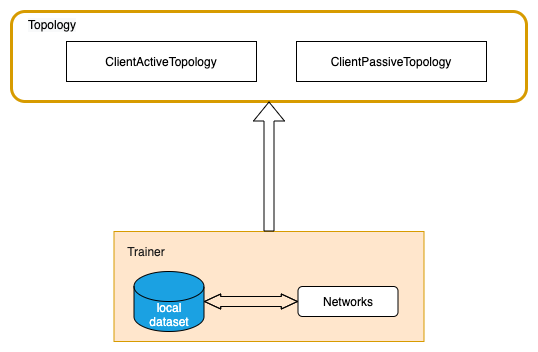
Above: docs/imgs/fedlab-client.png in SMILELab-FL/FedLab (draw.io), before the change. Source tidied: cells renumbered, new cells last; positions are measured from the earlier drawing's top-left corner, leaving out a move shared by most shapes. Source of this version:
```xml
<mxGraphModel>
  <root>
    <mxCell id="0" />
    <mxCell id="1" parent="0" />
    <mxCell id="2" style="whiteSpace=wrap;html=1;rounded=1;sketch=0;strokeColor=#d79b00;fillColor=none;strokeWidth=3;" parent="1" vertex="1">
      <mxGeometry width="515" height="90" as="geometry" />
    </mxCell>
    <mxCell id="3" value="&lt;span&gt;ClientPassiveTopology&lt;/span&gt;" style="rounded=0;whiteSpace=wrap;html=1;sketch=0;" parent="1" vertex="1">
      <mxGeometry x="285" y="30" width="190" height="40" as="geometry" />
    </mxCell>
    <mxCell id="4" value="&lt;span&gt;ClientActiveTopology&lt;/span&gt;" style="rounded=0;whiteSpace=wrap;html=1;sketch=0;" parent="1" vertex="1">
      <mxGeometry x="55" y="30" width="190" height="40" as="geometry" />
    </mxCell>
    <mxCell id="5" style="whiteSpace=wrap;html=1;strokeColor=#d79b00;fillColor=#ffe6cc;rounded=0;sketch=0;glass=0;shadow=0;" parent="1" vertex="1">
      <mxGeometry x="102.5" y="220" width="310" height="110" as="geometry" />
    </mxCell>
    <mxCell id="6" value="&lt;meta charset=&quot;utf-8&quot;&gt;&lt;span style=&quot;color: rgb(0, 0, 0); font-family: helvetica; font-size: 12px; font-style: normal; font-weight: 400; letter-spacing: normal; text-align: center; text-indent: 0px; text-transform: none; word-spacing: 0px; background-color: rgb(248, 249, 250); display: inline; float: none;&quot;&gt;Topology&lt;/span&gt;" style="text;whiteSpace=wrap;html=1;" parent="1" vertex="1">
      <mxGeometry x="15" width="70" height="30" as="geometry" />
    </mxCell>
    <mxCell id="7" value="&lt;span style=&quot;color: rgb(26 , 26 , 26)&quot;&gt;Trainer&lt;/span&gt;" style="text;html=1;strokeColor=none;fillColor=none;align=center;verticalAlign=middle;whiteSpace=wrap;rounded=0;dashed=1;" parent="1" vertex="1">
      <mxGeometry x="115" y="230" width="40" height="20" as="geometry" />
    </mxCell>
    <mxCell id="8" value="local&lt;br&gt;dataset" style="shape=cylinder3;whiteSpace=wrap;html=1;boundedLbl=1;backgroundOutline=1;size=15;rounded=1;strokeWidth=1;fontColor=#ffffff;fillColor=#1ba1e2;" parent="1" vertex="1">
      <mxGeometry x="122.5" y="260" width="70" height="60" as="geometry" />
    </mxCell>
    <mxCell id="9" value="Networks" style="rounded=1;whiteSpace=wrap;html=1;strokeColor=#000000;strokeWidth=1;fillColor=#ffffff;gradientColor=none;" parent="1" vertex="1">
      <mxGeometry x="286.5" y="275" width="100" height="30" as="geometry" />
    </mxCell>
    <mxCell id="10" style="shape=flexArrow;endArrow=classic;startArrow=classic;html=1;entryX=0;entryY=0.5;entryDx=0;entryDy=0;exitX=1;exitY=0.5;exitDx=0;exitDy=0;exitPerimeter=0;endWidth=4;endSize=5.07;startWidth=4;startSize=5.07;" parent="1" edge="1" source="8" target="9">
      <mxGeometry relative="1" as="geometry">
        <Array as="points">
          <mxPoint x="242.5" y="290" />
        </Array>
      </mxGeometry>
    </mxCell>
    <mxCell id="11" style="shape=flexArrow;endArrow=classic;html=1;entryX=0.5;entryY=1;entryDx=0;entryDy=0;exitX=0.5;exitY=0;exitDx=0;exitDy=0;" parent="1" edge="1" source="5" target="2">
      <mxGeometry relative="1" as="geometry" />
    </mxCell>
  </root>
</mxGraphModel>
```
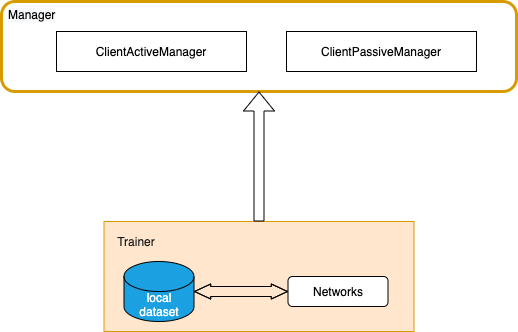
The same file after the commit.

Change to the diagram source:
```diff
@@ -5,17 +5,17 @@
     <mxCell id="2" style="whiteSpace=wrap;html=1;rounded=1;sketch=0;strokeColor=#d79b00;fillColor=none;strokeWidth=3;" parent="1" vertex="1">
       <mxGeometry width="515" height="90" as="geometry" />
     </mxCell>
-    <mxCell id="3" value="&lt;span&gt;ClientPassiveTopology&lt;/span&gt;" style="rounded=0;whiteSpace=wrap;html=1;sketch=0;" parent="1" vertex="1">
+    <mxCell id="3" value="&lt;span&gt;ClientPassiveManager&lt;/span&gt;" style="rounded=0;whiteSpace=wrap;html=1;sketch=0;" parent="1" vertex="1">
       <mxGeometry x="285" y="30" width="190" height="40" as="geometry" />
     </mxCell>
-    <mxCell id="4" value="&lt;span&gt;ClientActiveTopology&lt;/span&gt;" style="rounded=0;whiteSpace=wrap;html=1;sketch=0;" parent="1" vertex="1">
+    <mxCell id="4" value="&lt;span&gt;ClientActiveManager&lt;/span&gt;" style="rounded=0;whiteSpace=wrap;html=1;sketch=0;" parent="1" vertex="1">
       <mxGeometry x="55" y="30" width="190" height="40" as="geometry" />
     </mxCell>
     <mxCell id="5" style="whiteSpace=wrap;html=1;strokeColor=#d79b00;fillColor=#ffe6cc;rounded=0;sketch=0;glass=0;shadow=0;" parent="1" vertex="1">
       <mxGeometry x="102.5" y="220" width="310" height="110" as="geometry" />
     </mxCell>
-    <mxCell id="6" value="&lt;meta charset=&quot;utf-8&quot;&gt;&lt;span style=&quot;color: rgb(0, 0, 0); font-family: helvetica; font-size: 12px; font-style: normal; font-weight: 400; letter-spacing: normal; text-align: center; text-indent: 0px; text-transform: none; word-spacing: 0px; background-color: rgb(248, 249, 250); display: inline; float: none;&quot;&gt;Topology&lt;/span&gt;" style="text;whiteSpace=wrap;html=1;" parent="1" vertex="1">
-      <mxGeometry x="15" width="70" height="30" as="geometry" />
+    <mxCell id="6" value="&lt;meta charset=&quot;utf-8&quot;&gt;&lt;span style=&quot;color: rgb(0, 0, 0); font-family: helvetica; font-size: 12px; font-style: normal; font-weight: 400; letter-spacing: normal; text-align: center; text-indent: 0px; text-transform: none; word-spacing: 0px; background-color: rgb(248, 249, 250); display: inline; float: none;&quot;&gt;Manager&lt;/span&gt;" style="text;whiteSpace=wrap;html=1;" parent="1" vertex="1">
+      <mxGeometry x="5" width="70" height="30" as="geometry" />
     </mxCell>
     <mxCell id="7" value="&lt;span style=&quot;color: rgb(26 , 26 , 26)&quot;&gt;Trainer&lt;/span&gt;" style="text;html=1;strokeColor=none;fillColor=none;align=center;verticalAlign=middle;whiteSpace=wrap;rounded=0;dashed=1;" parent="1" vertex="1">
       <mxGeometry x="115" y="230" width="40" height="20" as="geometry" />
```
